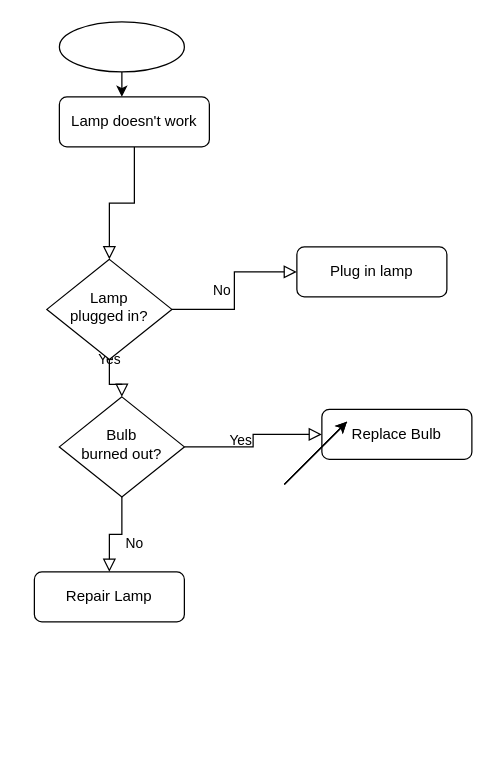
Before: tutorial/Untitled Diagram.drawio in joe-cervantes/CIS-162, a draw.io diagram. Source tidied: cells renumbered, new cells numbered last; positions are measured from the earlier drawing's top-left corner, leaving out a move shared by most shapes. Both pictures are drawn from the tidied source at 125%, with x=0, y=0 at pixel (34, 21).
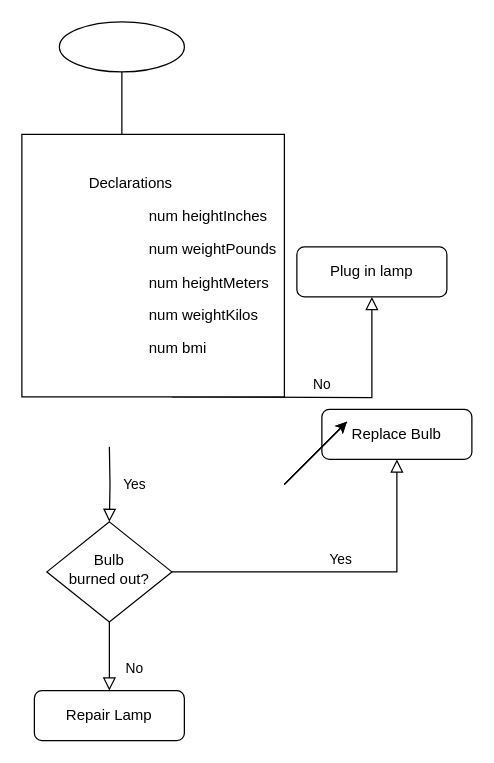
After the change.

Unchanged cells that the change refers to:
```xml
<mxCell id="7" value="Plug in lamp" style="rounded=1;whiteSpace=wrap;html=1;fontSize=12;glass=0;strokeWidth=1;shadow=0;" parent="1" vertex="1">
  <mxGeometry x="210" y="180" width="120" height="40" as="geometry" />
</mxCell>
```

Diff of the diagram source:
```diff
@@
-    <mxCell id="2" style="rounded=0;html=1;jettySize=auto;fontSize=11;endArrow=block;endFill=0;endSize=8;strokeWidth=1;shadow=0;labelBackgroundColor=none;edgeStyle=orthogonalEdgeStyle;" parent="1" edge="1" source="3" target="6">
-      <mxGeometry relative="1" as="geometry" />
-    </mxCell>
-    <mxCell id="3" value="Lamp doesn't work" style="rounded=1;whiteSpace=wrap;html=1;fontSize=12;glass=0;strokeWidth=1;shadow=0;" parent="1" vertex="1">
-      <mxGeometry x="20" y="60" width="120" height="40" as="geometry" />
-    </mxCell>
-    <mxCell id="4" value="Yes" style="rounded=0;html=1;jettySize=auto;fontSize=11;endArrow=block;endFill=0;endSize=8;strokeWidth=1;shadow=0;labelBackgroundColor=none;edgeStyle=orthogonalEdgeStyle;" parent="1" edge="1" source="6" target="10">
-      <mxGeometry y="20" relative="1" as="geometry" />
+    <mxCell id="4" value="Yes" style="rounded=0;html=1;jettySize=auto;fontSize=11;endArrow=block;endFill=0;endSize=8;strokeWidth=1;shadow=0;labelBackgroundColor=none;edgeStyle=orthogonalEdgeStyle;" parent="1" edge="1" target="10">
+      <mxGeometry y="20" relative="1" as="geometry">
+        <mxPoint x="60" y="340" as="sourcePoint" />
+      </mxGeometry>
     </mxCell>
-    <mxCell id="5" value="No" style="edgeStyle=orthogonalEdgeStyle;rounded=0;html=1;jettySize=auto;fontSize=11;endArrow=block;endFill=0;endSize=8;strokeWidth=1;shadow=0;labelBackgroundColor=none;" parent="1" edge="1" source="6" target="7">
-      <mxGeometry y="10" relative="1" as="geometry" />
+    <mxCell id="5" value="No" style="edgeStyle=orthogonalEdgeStyle;rounded=0;html=1;jettySize=auto;fontSize=11;endArrow=block;endFill=0;endSize=8;strokeWidth=1;shadow=0;labelBackgroundColor=none;" parent="1" edge="1" target="7">
+      <mxGeometry y="10" relative="1" as="geometry">
+        <mxPoint x="110" y="300" as="sourcePoint" />
+      </mxGeometry>
     </mxCell>
-    <mxCell id="6" value="Lamp&lt;br&gt;plugged in?" style="rhombus;whiteSpace=wrap;html=1;shadow=0;fontFamily=Helvetica;fontSize=12;align=center;strokeWidth=1;spacing=6;spacingTop=-4;" parent="1" vertex="1">
-      <mxGeometry x="10" y="190" width="100" height="80" as="geometry" />
-    </mxCell>
@@
     <mxCell id="10" value="Bulb&lt;br&gt;burned out?" style="rhombus;whiteSpace=wrap;html=1;shadow=0;fontFamily=Helvetica;fontSize=12;align=center;strokeWidth=1;spacing=6;spacingTop=-4;" parent="1" vertex="1">
-      <mxGeometry x="20" y="300" width="100" height="80" as="geometry" />
+      <mxGeometry x="10" y="400" width="100" height="80" as="geometry" />
     </mxCell>
     <mxCell id="11" value="Repair Lamp" style="rounded=1;whiteSpace=wrap;html=1;fontSize=12;glass=0;strokeWidth=1;shadow=0;" parent="1" vertex="1">
-      <mxGeometry y="440" width="120" height="40" as="geometry" />
+      <mxGeometry y="535" width="120" height="40" as="geometry" />
     </mxCell>
@@
-    <mxCell id="13" style="edgeStyle=orthogonalEdgeStyle;rounded=0;jettySize=auto;html=1;" parent="1" edge="1" target="3">
+    <mxCell id="13" style="edgeStyle=orthogonalEdgeStyle;rounded=0;orthogonalLoop=1;jettySize=auto;html=1;" parent="1" edge="1">
       <mxGeometry relative="1" as="geometry">
         <mxPoint x="70" y="40" as="sourcePoint" />
+        <mxPoint x="70" y="110" as="targetPoint" />
         <Array as="points">
           <mxPoint x="70" y="60" />
           <mxPoint x="70" y="60" />
         </Array>
       </mxGeometry>
     </mxCell>
@@
+    <mxCell id="18" value="&lt;p style=&quot;text-align: left; text-indent: 0.5in;&quot; class=&quot;MsoNormal&quot;&gt;Declarations&lt;/p&gt;&lt;p style=&quot;text-align: left; margin-left: 0.5in; text-indent: 0.5in;&quot; class=&quot;MsoNormal&quot;&gt;num heightInches&lt;/p&gt;&lt;p style=&quot;text-align: left; margin-left: 0.5in; text-indent: 0.5in;&quot; class=&quot;MsoNormal&quot;&gt;num weightPounds&lt;/p&gt;&lt;p style=&quot;text-align: left; margin-left: 0.5in; text-indent: 0.5in;&quot; class=&quot;MsoNormal&quot;&gt;num heightMeters&lt;/p&gt;&lt;p style=&quot;text-align: left; margin-left: 0.5in; text-indent: 0.5in;&quot; class=&quot;MsoNormal&quot;&gt;num weightKilos&lt;/p&gt;&lt;p style=&quot;text-align: left; margin-left: 0.5in; text-indent: 0.5in;&quot; class=&quot;MsoNormal&quot;&gt;num bmi&lt;/p&gt;" style="whiteSpace=wrap;html=1;" parent="1" vertex="1">
+      <mxGeometry x="-10" y="90" width="210" height="210" as="geometry" />
+    </mxCell>
```
